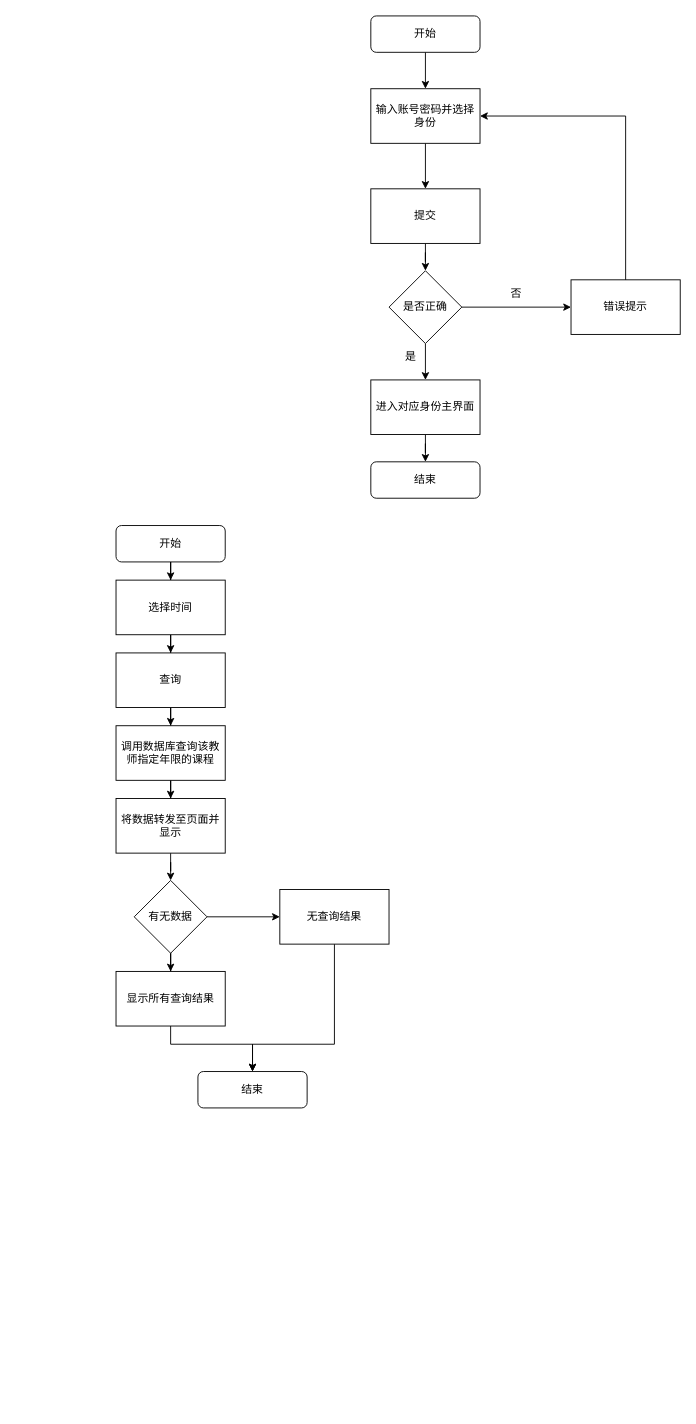
This is public/images/未命名绘图.drawio from waittinging/ceshi, a draw.io file, before an edit. Source tidied: cells renumbered, new cells numbered last; positions are measured from the earlier drawing's top-left corner, leaving out a move shared by most shapes. Both pictures are drawn from the tidied source at 91%, with x=0, y=0 at pixel (116, 15).
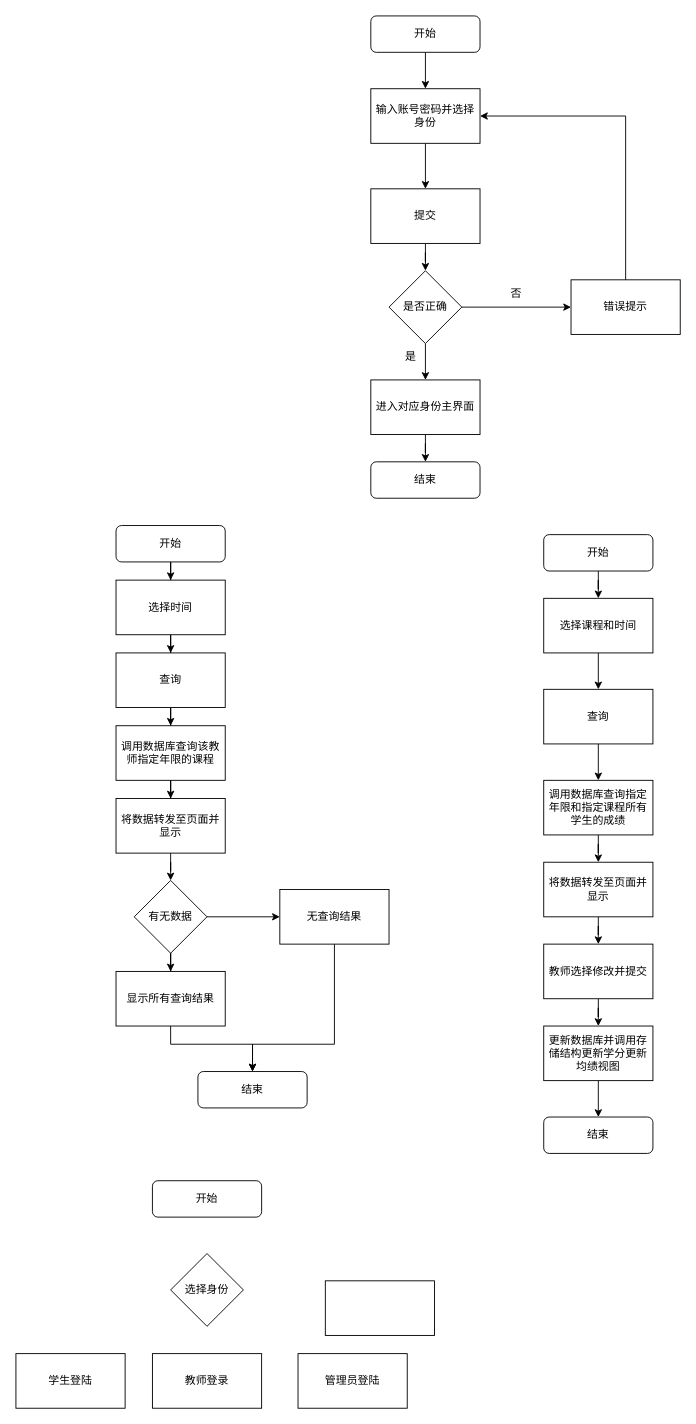
Above is the later version.

Commit message:
更新未命名绘图.drawio

What changed in the source:
```diff
@@
+    <mxCell id="36" style="edgeStyle=orthogonalEdgeStyle;rounded=0;jettySize=auto;html=1;" parent="1" edge="1" source="37" target="39">
+      <mxGeometry relative="1" as="geometry" />
+    </mxCell>
+    <mxCell id="37" value="开始" style="rounded=1;whiteSpace=wrap;html=1;fontSize=12;glass=0;strokeWidth=1;shadow=0;" parent="1" vertex="1">
+      <mxGeometry x="470" y="570" width="120" height="40" as="geometry" />
+    </mxCell>
+    <mxCell id="38" style="edgeStyle=orthogonalEdgeStyle;rounded=0;jettySize=auto;html=1;" parent="1" edge="1" source="39" target="41">
+      <mxGeometry relative="1" as="geometry" />
+    </mxCell>
+    <mxCell id="39" value="选择课程和时间" style="rounded=0;whiteSpace=wrap;html=1;" parent="1" vertex="1">
+      <mxGeometry x="470" y="640" width="120" height="60" as="geometry" />
+    </mxCell>
+    <mxCell id="40" style="edgeStyle=orthogonalEdgeStyle;rounded=0;jettySize=auto;html=1;" parent="1" edge="1" source="41" target="43">
+      <mxGeometry relative="1" as="geometry" />
+    </mxCell>
+    <mxCell id="41" value="查询" style="rounded=0;whiteSpace=wrap;html=1;" parent="1" vertex="1">
+      <mxGeometry x="470" y="740" width="120" height="60" as="geometry" />
+    </mxCell>
+    <mxCell id="42" style="edgeStyle=orthogonalEdgeStyle;rounded=0;jettySize=auto;html=1;" parent="1" edge="1" source="43" target="45">
+      <mxGeometry relative="1" as="geometry" />
+    </mxCell>
+    <mxCell id="43" value="调用数据库查询指定年限和指定课程所有学生的成绩" style="rounded=0;whiteSpace=wrap;html=1;" parent="1" vertex="1">
+      <mxGeometry x="470" y="840" width="120" height="60" as="geometry" />
+    </mxCell>
+    <mxCell id="44" style="edgeStyle=orthogonalEdgeStyle;rounded=0;jettySize=auto;html=1;" parent="1" edge="1" source="45" target="47">
+      <mxGeometry relative="1" as="geometry" />
+    </mxCell>
+    <mxCell id="45" value="将数据转发至页面并显示" style="rounded=0;whiteSpace=wrap;html=1;" parent="1" vertex="1">
+      <mxGeometry x="470" y="930" width="120" height="60" as="geometry" />
+    </mxCell>
+    <mxCell id="46" style="edgeStyle=orthogonalEdgeStyle;rounded=0;jettySize=auto;html=1;" parent="1" edge="1" source="47" target="49">
+      <mxGeometry relative="1" as="geometry" />
+    </mxCell>
+    <mxCell id="47" value="教师选择修改并提交" style="rounded=0;whiteSpace=wrap;html=1;" parent="1" vertex="1">
+      <mxGeometry x="470" y="1020" width="120" height="60" as="geometry" />
+    </mxCell>
+    <mxCell id="48" style="edgeStyle=orthogonalEdgeStyle;rounded=0;jettySize=auto;html=1;" parent="1" edge="1" source="49" target="50">
+      <mxGeometry relative="1" as="geometry" />
+    </mxCell>
+    <mxCell id="49" value="更新数据库并调用存储结构更新学分更新均绩视图" style="rounded=0;whiteSpace=wrap;html=1;" parent="1" vertex="1">
+      <mxGeometry x="470" y="1110" width="120" height="60" as="geometry" />
+    </mxCell>
+    <mxCell id="50" value="结束" style="rounded=1;whiteSpace=wrap;html=1;fontSize=12;glass=0;strokeWidth=1;shadow=0;" parent="1" vertex="1">
+      <mxGeometry x="470" y="1210" width="120" height="40" as="geometry" />
+    </mxCell>
+    <mxCell id="51" value="开始" style="rounded=1;whiteSpace=wrap;html=1;fontSize=12;glass=0;strokeWidth=1;shadow=0;" parent="1" vertex="1">
+      <mxGeometry x="40" y="1280" width="120" height="40" as="geometry" />
+    </mxCell>
+    <mxCell id="52" value="选择身份" style="rhombus;whiteSpace=wrap;html=1;" parent="1" vertex="1">
+      <mxGeometry x="60" y="1360" width="80" height="80" as="geometry" />
+    </mxCell>
+    <mxCell id="53" style="rounded=0;whiteSpace=wrap;html=1;" parent="1" vertex="1">
+      <mxGeometry x="230" y="1390" width="120" height="60" as="geometry" />
+    </mxCell>
+    <mxCell id="54" value="管理员登陆" style="rounded=0;whiteSpace=wrap;html=1;" parent="1" vertex="1">
+      <mxGeometry x="200" y="1470" width="120" height="60" as="geometry" />
+    </mxCell>
+    <mxCell id="55" value="教师登录" style="rounded=0;whiteSpace=wrap;html=1;" parent="1" vertex="1">
+      <mxGeometry x="40" y="1470" width="120" height="60" as="geometry" />
+    </mxCell>
+    <mxCell id="56" value="学生登陆" style="rounded=0;whiteSpace=wrap;html=1;" parent="1" vertex="1">
+      <mxGeometry x="-110" y="1470" width="120" height="60" as="geometry" />
+    </mxCell>
```
